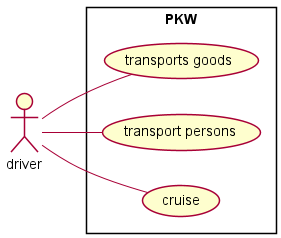
This is asciidocs/images/ucd1.png from 2122-3bhitm-itp/04-lecture-notes-git-ThomasSpindlerHTL, a PlantUML export, as it was before one commit.
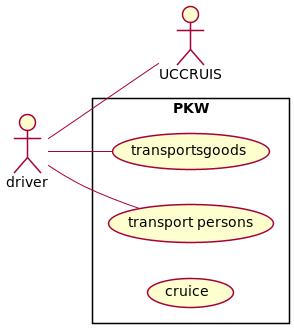
After the change.

Change to the diagram source:
```diff
@@ -3,14 +3,13 @@
 skinparam shadowing false
 
 left to right direction
-
 actor "driver" as fc
 rectangle PKW {
-    usecase "transports goods" as UCGOODS
+    usecase "transportsgoods" as UCGOODS
     usecase "transport persons" as UCPERSON
-    usecase "cruise" as UCCRUISE
+    usecase "cruice" as UCCRUICE
 }
 fc -- UCGOODS
 fc -- UCPERSON
-fc -- UCCRUISE
+fc -- UCCRUIS
 @enduml
```
